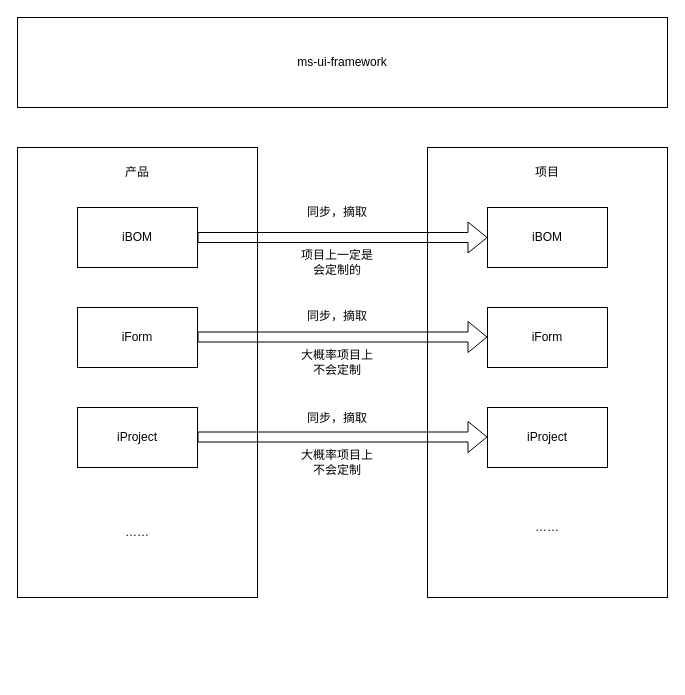
Before: draw/Untitled Diagram.drawio in yuanguandong/code, a draw.io diagram. Source tidied: cells renumbered, new cells numbered last; positions are measured from the earlier drawing's top-left corner, leaving out a move shared by most shapes. Both pictures are drawn from the tidied source at 100%, with x=0, y=0 at pixel (17, 17).
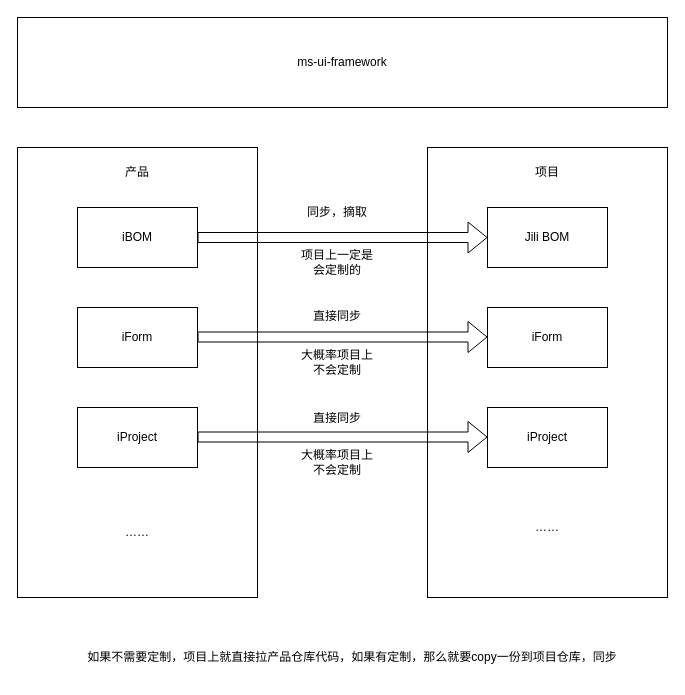
The same page after the edit.

Change to the diagram source:
```diff
@@
-    <mxCell id="8" value="iBOM" style="rounded=0;whiteSpace=wrap;html=1;" parent="1" vertex="1">
+    <mxCell id="8" value="Jili BOM" style="rounded=0;whiteSpace=wrap;html=1;" parent="1" vertex="1">
       <mxGeometry x="470" y="190" width="120" height="60" as="geometry" />
     </mxCell>
@@
-    <mxCell id="17" value="同步，摘取" style="text;html=1;strokeColor=none;fillColor=none;align=center;verticalAlign=middle;whiteSpace=wrap;rounded=0;" parent="1" vertex="1">
+    <mxCell id="17" value="直接同步" style="text;html=1;strokeColor=none;fillColor=none;align=center;verticalAlign=middle;whiteSpace=wrap;rounded=0;" parent="1" vertex="1">
       <mxGeometry x="280" y="284" width="80" height="30" as="geometry" />
     </mxCell>
-    <mxCell id="18" value="同步，摘取" style="text;html=1;strokeColor=none;fillColor=none;align=center;verticalAlign=middle;whiteSpace=wrap;rounded=0;" parent="1" vertex="1">
+    <mxCell id="18" value="直接同步" style="text;html=1;strokeColor=none;fillColor=none;align=center;verticalAlign=middle;whiteSpace=wrap;rounded=0;" parent="1" vertex="1">
       <mxGeometry x="280" y="386" width="80" height="30" as="geometry" />
     </mxCell>
@@
+    <mxCell id="24" value="如果不需要定制，项目上就直接拉产品仓库代码，如果有定制，那么就要copy一份到项目仓库，同步" style="text;html=1;strokeColor=none;fillColor=none;align=center;verticalAlign=middle;whiteSpace=wrap;rounded=0;" parent="1" vertex="1">
+      <mxGeometry x="50" y="620" width="570" height="40" as="geometry" />
+    </mxCell>
```
